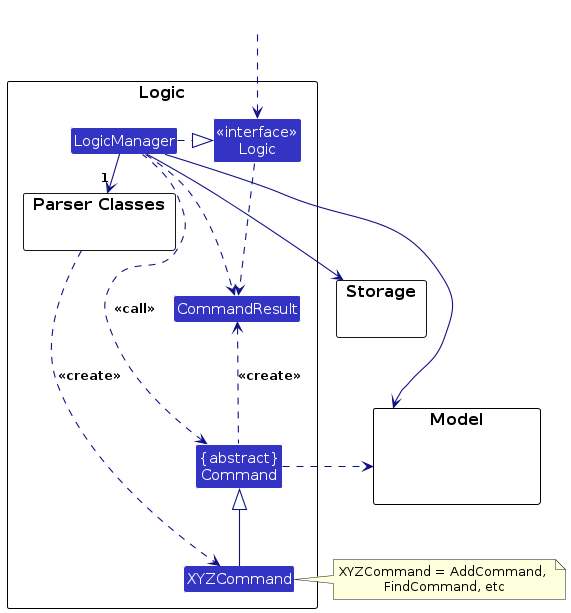
The PlantUML diagram diagrams/LogicClassDiagram.png in AY2627S1-CS2103T-W14-4/tp, before a commit. Its source is kept beside it as diagrams/LogicClassDiagram.puml. The source it was exported from:
```plantuml
@startuml
!include style.puml
skinparam arrowThickness 1.1
skinparam arrowColor LOGIC_COLOR_T4
skinparam classBackgroundColor LOGIC_COLOR

package Logic as LogicPackage {

package "Parser Classes" as ParserClasses{
}
Class XYZCommand
Class CommandResult
Class "{abstract}\nCommand" as Command


Class "<<interface>>\nLogic" as Logic
Class LogicManager
}

package Model {
Class HiddenModel #FFFFFF
}

package Storage {
}

Class HiddenOutside #FFFFFF
HiddenOutside ..> Logic

LogicManager .right.|> Logic
LogicManager -right->"1" ParserClasses
ParserClasses ..> XYZCommand : <<create>>

XYZCommand -up-|> Command
LogicManager .left.> Command : <<call>>

LogicManager --> Model
LogicManager --> Storage
Storage --[hidden] Model
Command .[hidden]up.> Storage
Command .right.> Model
note right of XYZCommand: XYZCommand = AddCommand, \nFindCommand, etc

Logic ..> CommandResult
LogicManager .down.> CommandResult
Command .up.> CommandResult : <<create>>
@enduml
```
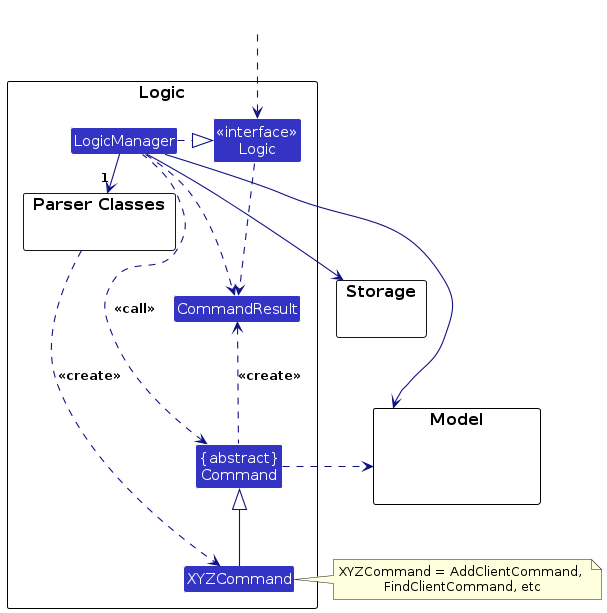
The same file after the commit.

What changed in the source:
```diff
@@ -39,7 +39,7 @@
 Storage --[hidden] Model
 Command .[hidden]up.> Storage
 Command .right.> Model
-note right of XYZCommand: XYZCommand = AddCommand, \nFindCommand, etc
+note right of XYZCommand: XYZCommand = AddClientCommand, \nFindClientCommand, etc
 
 Logic ..> CommandResult
 LogicManager .down.> CommandResult
```
